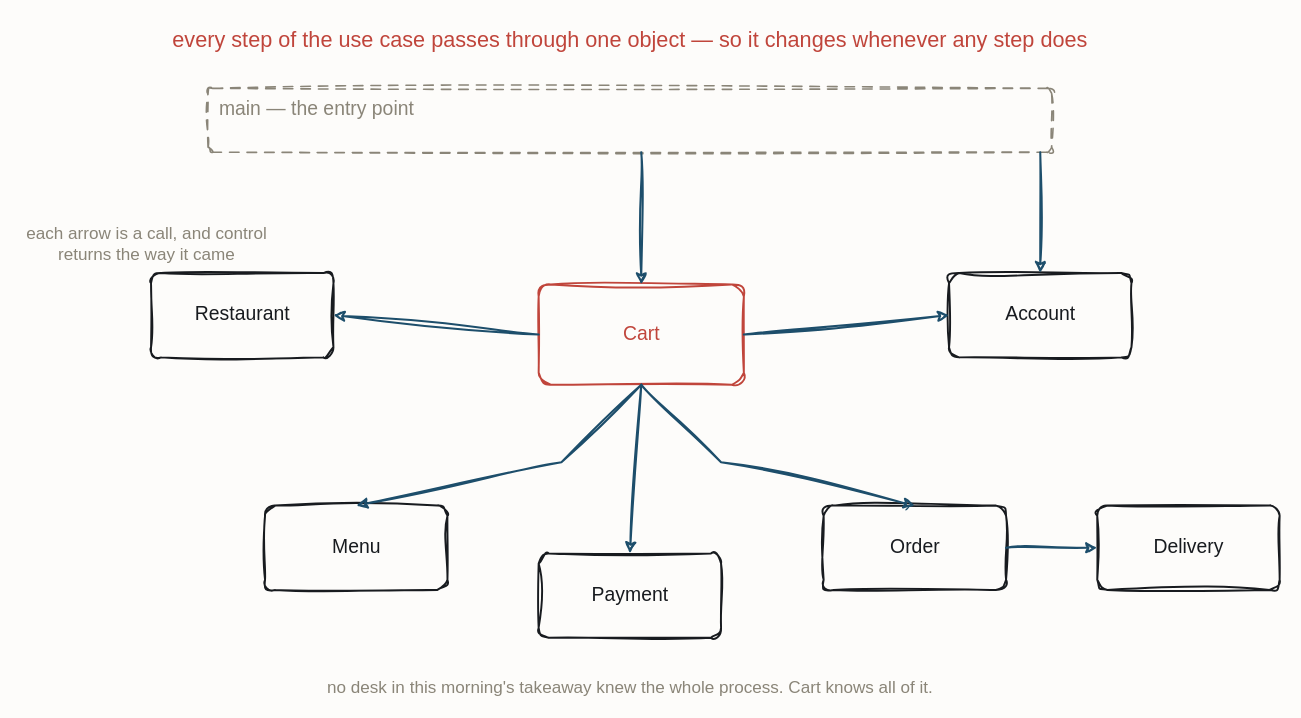
This is resources/flow-call-and-return.drawio from iancooper/practical-messaging, a draw.io file, before an edit. Source tidied: cells renumbered, new cells numbered last; positions are measured from the earlier drawing's top-left corner, leaving out a move shared by most shapes. Both pictures are drawn from the tidied source at 114%, with x=0, y=0 at pixel (78, 19).
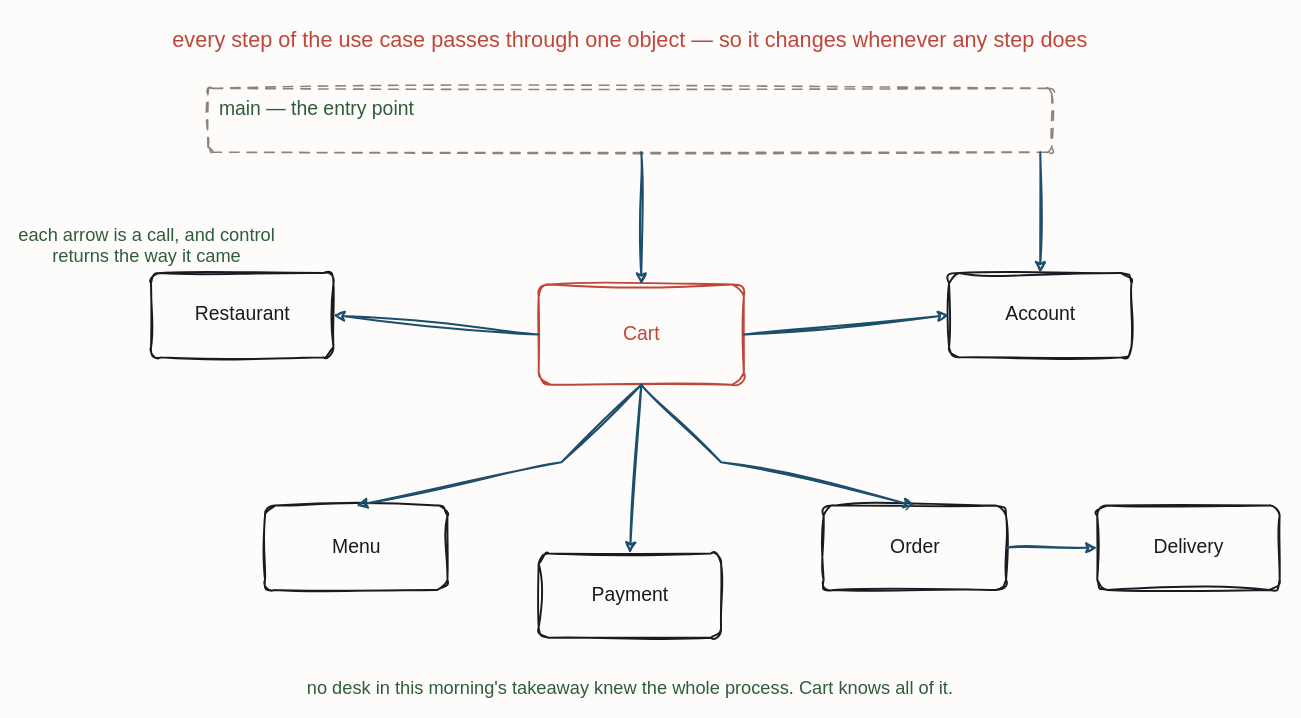
The same page after the edit.

The edit, as a diff of the source:
```diff
@@
-    <mxCell id="2" value="main — the entry point" style="sketch=1;hachureGap=4;jiggle=2;curveFitting=1;fontFamily=Caveat;html=1;rounded=1;arcSize=8;verticalAlign=top;align=left;spacingLeft=8;spacingTop=2;fillColor=none;strokeColor=#8A8578;strokeWidth=1.4;fontColor=#8A8578;fontSize=17;dashed=1;dashPattern=6 5;" parent="1" vertex="1">
+    <mxCell id="2" value="main — the entry point" style="sketch=1;hachureGap=4;jiggle=2;curveFitting=1;fontFamily=Caveat;html=1;rounded=1;arcSize=8;verticalAlign=top;align=left;spacingLeft=8;spacingTop=2;fillColor=none;strokeColor=#8A8578;strokeWidth=1.4;fontColor=#2F5D3A;fontSize=17;dashed=1;dashPattern=6 5;" parent="1" vertex="1">
       <mxGeometry x="114" y="60" width="740" height="56" as="geometry" />
     </mxCell>
@@
-    <mxCell id="11" value="each arrow is a call, and control&#10;returns the way it came" style="text;html=1;align=center;fontFamily=Caveat;fontSize=15;fontColor=#8A8578;" parent="1" vertex="1">
+    <mxCell id="11" value="each arrow is a call, and control&#10;returns the way it came" style="text;html=1;align=center;fontFamily=Caveat;fontSize=16;fontColor=#2F5D3A;" parent="1" vertex="1">
       <mxGeometry y="172" width="120" height="20" as="geometry" />
     </mxCell>
-    <mxCell id="12" value="no desk in this morning's takeaway knew the whole process. Cart knows all of it." style="text;html=1;align=center;fontFamily=Caveat;fontSize=15;fontColor=#8A8578;" parent="1" vertex="1">
+    <mxCell id="12" value="no desk in this morning's takeaway knew the whole process. Cart knows all of it." style="text;html=1;align=center;fontFamily=Caveat;fontSize=16;fontColor=#2F5D3A;" parent="1" vertex="1">
       <mxGeometry x="424" y="570" width="120" height="20" as="geometry" />
     </mxCell>
```
